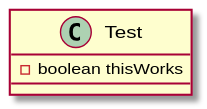
Earlier version of the PlantUML export docs/uml-class-diagrams/test.svg (andrewdimmer/csi-3370-software-project).
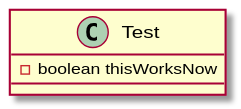
Later version of the same file.

Commit message:
Generate SVG and PNG Images for PlantUML Diagrams

What changed in the source:
```diff
@@ -1,7 +1,7 @@
 @startuml test
 
 class Test {
-    - boolean thisWorks
+    - boolean thisWorksNow
 }
 
 @enduml
```
